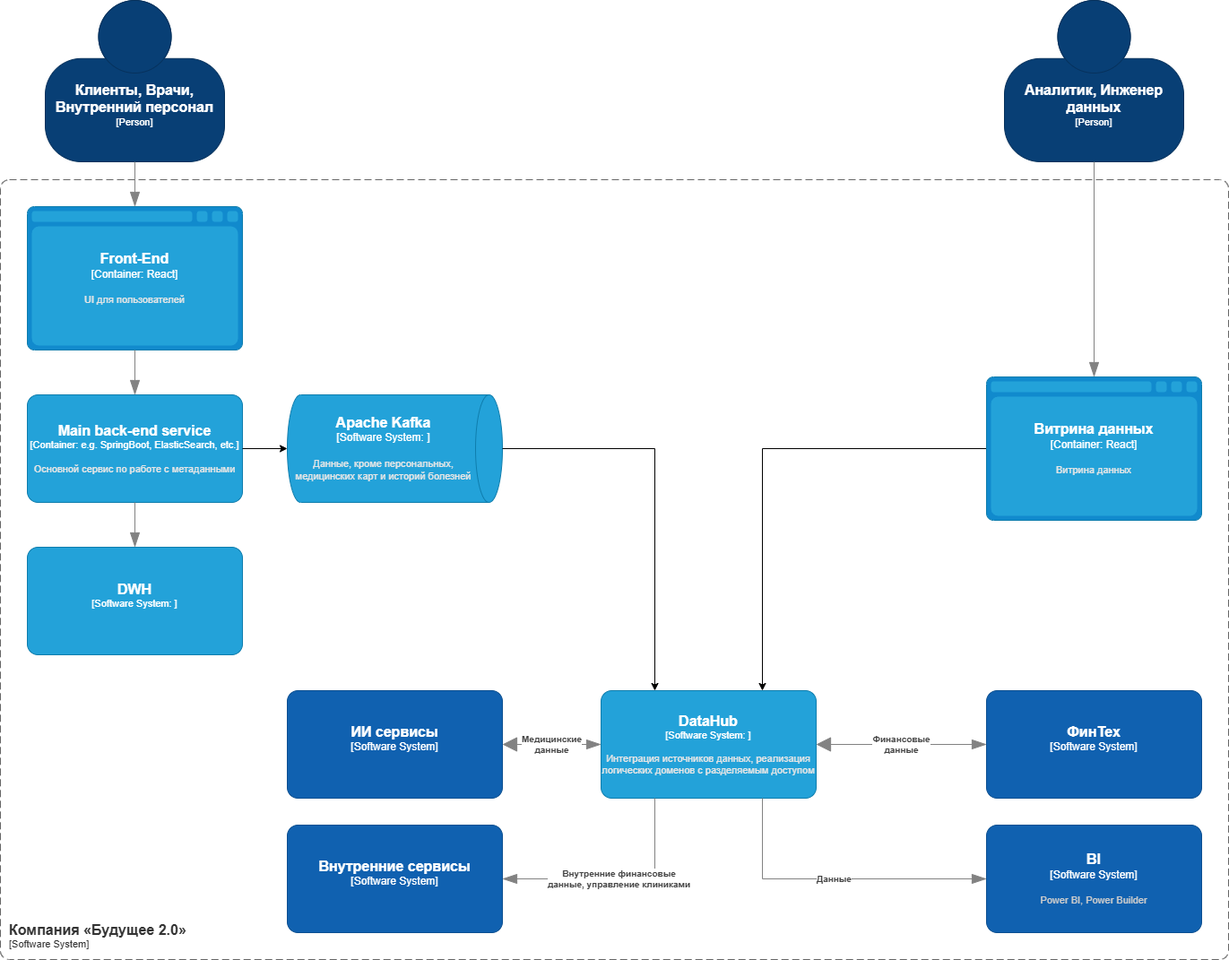
Earlier version of the draw.io export Task1/context_c4(2be).png (kandys-man/architecture-future_2_0). Source tidied: cells renumbered, new cells last; positions are measured from the earlier drawing's top-left corner, leaving out a move shared by most shapes. The source it was exported from:
```xml
<mxGraphModel>
  <root>
    <mxCell id="0" />
    <mxCell id="1" parent="0" />
    <object id="2" label="&lt;font style=&quot;font-size: 16px&quot;&gt;&lt;b&gt;&lt;div style=&quot;text-align: left&quot;&gt;%c4Name%&lt;/div&gt;&lt;/b&gt;&lt;/font&gt;&lt;div style=&quot;text-align: left&quot;&gt;[%c4Application%]&lt;/div&gt;" c4Application="Software System" c4Name="Компания «Будущее 2.0»" c4Type="" placeholders="1">
      <mxCell style="rounded=1;fontSize=11;whiteSpace=wrap;html=1;dashed=1;arcSize=20;fillColor=none;strokeColor=#666666;fontColor=#333333;labelBackgroundColor=none;align=left;verticalAlign=bottom;labelBorderColor=none;spacingTop=0;spacing=10;dashPattern=8 4;perimeter=rectanglePerimeter;noLabel=0;labelPadding=0;absoluteArcSize=1;" parent="1" vertex="1">
        <mxGeometry y="200" width="1370" height="870" as="geometry" />
      </mxCell>
    </object>
    <object id="3" label="&lt;font style=&quot;font-size: 16px&quot;&gt;&lt;b&gt;%c4Name%&lt;/b&gt;&lt;/font&gt;&lt;div&gt;[%c4Type%: %c4Technology%]&lt;/div&gt;&lt;br&gt;&lt;div&gt;&lt;font style=&quot;font-size: 11px&quot;&gt;&lt;font color=&quot;#E6E6E6&quot;&gt;%c4Description%&lt;/font&gt;&lt;/div&gt;" c4Description="Основной сервис по работе с метаданными" c4Name="Main back-end service" c4Technology="e.g. SpringBoot, ElasticSearch, etc." c4Type="Container" placeholders="1">
      <mxCell style="rounded=1;whiteSpace=wrap;html=1;fontSize=11;labelBackgroundColor=none;fillColor=#23A2D9;fontColor=#ffffff;align=center;arcSize=10;strokeColor=#0E7DAD;points=[[0.25,0,0],[0.5,0,0],[0.75,0,0],[1,0.25,0],[1,0.5,0],[1,0.75,0],[0.75,1,0],[0.5,1,0],[0.25,1,0],[0,0.75,0],[0,0.5,0],[0,0.25,0]];" parent="1" vertex="1">
        <mxGeometry x="30" y="440" width="240" height="120" as="geometry" />
      </mxCell>
    </object>
    <object id="4" label="" c4Type="Relationship" placeholders="1">
      <mxCell style="endArrow=blockThin;html=1;fontSize=10;fontColor=#404040;strokeWidth=1;endFill=1;strokeColor=#828282;elbow=vertical;endSize=14;startSize=14;jumpStyle=arc;jumpSize=16;rounded=0;edgeStyle=orthogonalEdgeStyle;exitX=0.5;exitY=1;exitDx=0;exitDy=0;exitPerimeter=0;entryX=0.5;entryY=0;entryDx=0;entryDy=0;entryPerimeter=0;" parent="1" edge="1" source="3" target="10">
        <mxGeometry relative="1" as="geometry" />
      </mxCell>
    </object>
    <object id="5" label="&lt;font style=&quot;font-size: 16px&quot;&gt;&lt;b&gt;%c4Name%&lt;/b&gt;&lt;/font&gt;&lt;div&gt;[%c4Type%:&amp;nbsp;%c4Technology%]&lt;/div&gt;&lt;br&gt;&lt;div&gt;&lt;font style=&quot;font-size: 11px&quot;&gt;&lt;font color=&quot;#E6E6E6&quot;&gt;%c4Description%&lt;/font&gt;&lt;/div&gt;" c4Description="UI для пользователей" c4Name="Front-End" c4Technology="React" c4Type="Container" placeholders="1">
      <mxCell style="shape=mxgraph.c4.webBrowserContainer2;whiteSpace=wrap;html=1;boundedLbl=1;rounded=0;labelBackgroundColor=none;strokeColor=#118ACD;fillColor=#23A2D9;strokeColor=#118ACD;strokeColor2=#0E7DAD;fontSize=12;fontColor=#ffffff;align=center;points=[[0.5,0,0],[1,0.25,0],[1,0.5,0],[1,0.75,0],[0.5,1,0],[0,0.75,0],[0,0.5,0],[0,0.25,0]];" parent="1" vertex="1">
        <mxGeometry x="30" y="230" width="240" height="160" as="geometry" />
      </mxCell>
    </object>
    <object id="6" label="" c4Type="Relationship" placeholders="1">
      <mxCell style="endArrow=blockThin;html=1;fontSize=10;fontColor=#404040;strokeWidth=1;endFill=1;strokeColor=#828282;elbow=vertical;endSize=14;startSize=14;jumpStyle=arc;jumpSize=16;rounded=0;edgeStyle=orthogonalEdgeStyle;exitX=0.5;exitY=1;exitDx=0;exitDy=0;exitPerimeter=0;entryX=0.5;entryY=0;entryDx=0;entryDy=0;entryPerimeter=0;" parent="1" edge="1" source="5" target="3">
        <mxGeometry relative="1" as="geometry" />
      </mxCell>
    </object>
    <object id="7" label="&lt;font style=&quot;font-size: 16px&quot;&gt;&lt;b&gt;%c4Name%&lt;/b&gt;&lt;/font&gt;&lt;div&gt;[%c4Type%]&lt;/div&gt;&lt;br&gt;&lt;div&gt;&lt;font style=&quot;font-size: 11px&quot;&gt;&lt;font color=&quot;#cccccc&quot;&gt;%c4Description%&lt;/font&gt;&lt;/div&gt;" c4Description="" c4Name="Клиенты, Врачи, Внутренний персонал" c4Type="Person" placeholders="1">
      <mxCell style="html=1;fontSize=11;dashed=0;whiteSpace=wrap;fillColor=#083F75;strokeColor=#06315C;fontColor=#ffffff;shape=mxgraph.c4.person2;align=center;points=[[0.5,0,0],[1,0.5,0],[1,0.75,0],[0.75,1,0],[0.5,1,0],[0.25,1,0],[0,0.75,0],[0,0.5,0]];" parent="1" vertex="1">
        <mxGeometry x="50" width="200" height="180" as="geometry" />
      </mxCell>
    </object>
    <object id="8" label="" c4Type="Relationship" placeholders="1">
      <mxCell style="endArrow=blockThin;html=1;fontSize=10;fontColor=#404040;strokeWidth=1;endFill=1;strokeColor=#828282;elbow=vertical;endSize=14;startSize=14;jumpStyle=arc;jumpSize=16;rounded=0;edgeStyle=orthogonalEdgeStyle;exitX=0.5;exitY=1;exitDx=0;exitDy=0;exitPerimeter=0;entryX=0.5;entryY=0;entryDx=0;entryDy=0;entryPerimeter=0;" parent="1" edge="1" source="7" target="5">
        <mxGeometry relative="1" as="geometry" />
      </mxCell>
    </object>
    <object id="9" label="&lt;font style=&quot;font-size: 16px&quot;&gt;&lt;b&gt;%c4Name%&lt;/b&gt;&lt;/font&gt;&lt;div&gt;[%c4Type%:&amp;nbsp;%c4Technology%]&lt;/div&gt;&lt;br&gt;&lt;div&gt;&lt;font style=&quot;font-size: 11px&quot;&gt;&lt;font color=&quot;#E6E6E6&quot;&gt;%c4Description%&lt;/font&gt;&lt;/div&gt;" c4Description="Данные, кроме персональных, медицинских карт и историй болезней" c4Name="Apache Kafka" c4Technology="" c4Type="Software System" placeholders="1">
      <mxCell style="shape=cylinder3;size=15;direction=south;whiteSpace=wrap;html=1;boundedLbl=1;rounded=0;labelBackgroundColor=none;fillColor=#23A2D9;fontSize=12;fontColor=#ffffff;align=center;strokeColor=#0E7DAD;points=[[0.5,0,0],[1,0.25,0],[1,0.5,0],[1,0.75,0],[0.5,1,0],[0,0.75,0],[0,0.5,0],[0,0.25,0]];" parent="1" vertex="1">
        <mxGeometry x="320" y="440" width="240" height="120" as="geometry" />
      </mxCell>
    </object>
    <object id="10" label="&lt;font style=&quot;font-size: 16px&quot;&gt;&lt;b&gt;%c4Name%&lt;/b&gt;&lt;/font&gt;&lt;div&gt;[%c4Type%: %c4Technology%]&lt;/div&gt;&lt;br&gt;&lt;div&gt;&lt;font style=&quot;font-size: 11px&quot;&gt;&lt;font color=&quot;#E6E6E6&quot;&gt;%c4Description%&lt;/font&gt;&lt;/div&gt;" c4Description="" c4Name="DWH" c4Technology="" c4Type="Software System" placeholders="1">
      <mxCell style="rounded=1;whiteSpace=wrap;html=1;fontSize=11;labelBackgroundColor=none;fillColor=#23A2D9;fontColor=#ffffff;align=center;arcSize=10;strokeColor=#0E7DAD;points=[[0.25,0,0],[0.5,0,0],[0.75,0,0],[1,0.25,0],[1,0.5,0],[1,0.75,0],[0.75,1,0],[0.5,1,0],[0.25,1,0],[0,0.75,0],[0,0.5,0],[0,0.25,0]];" parent="1" vertex="1">
        <mxGeometry x="30" y="610" width="240" height="120" as="geometry" />
      </mxCell>
    </object>
    <mxCell id="11" style="edgeStyle=orthogonalEdgeStyle;rounded=0;jettySize=auto;html=1;entryX=0.5;entryY=1;entryDx=0;entryDy=0;entryPerimeter=0;" parent="1" edge="1" source="3" target="9">
      <mxGeometry relative="1" as="geometry" />
    </mxCell>
    <object id="12" label="&lt;font style=&quot;font-size: 16px&quot;&gt;&lt;b&gt;%c4Name%&lt;/b&gt;&lt;/font&gt;&lt;div&gt;[%c4Type%]&lt;/div&gt;&lt;br&gt;&lt;div&gt;&lt;font style=&quot;font-size: 11px&quot;&gt;&lt;font color=&quot;#cccccc&quot;&gt;%c4Description%&lt;/font&gt;&lt;/div&gt;" c4Description="" c4Name="Аналитик, Инженер данных" c4Type="Person" placeholders="1">
      <mxCell style="html=1;fontSize=11;dashed=0;whiteSpace=wrap;fillColor=#083F75;strokeColor=#06315C;fontColor=#ffffff;shape=mxgraph.c4.person2;align=center;points=[[0.5,0,0],[1,0.5,0],[1,0.75,0],[0.75,1,0],[0.5,1,0],[0.25,1,0],[0,0.75,0],[0,0.5,0]];" parent="1" vertex="1">
        <mxGeometry x="1120" width="200" height="180" as="geometry" />
      </mxCell>
    </object>
    <mxCell id="13" style="edgeStyle=orthogonalEdgeStyle;rounded=0;jettySize=auto;html=1;entryX=0.75;entryY=0;entryDx=0;entryDy=0;entryPerimeter=0;" parent="1" edge="1" source="14" target="17">
      <mxGeometry relative="1" as="geometry" />
    </mxCell>
    <object id="14" label="&lt;font style=&quot;font-size: 16px&quot;&gt;&lt;b&gt;%c4Name%&lt;/b&gt;&lt;/font&gt;&lt;div&gt;[%c4Type%:&amp;nbsp;%c4Technology%]&lt;/div&gt;&lt;br&gt;&lt;div&gt;&lt;font style=&quot;font-size: 11px&quot;&gt;&lt;font color=&quot;#E6E6E6&quot;&gt;%c4Description%&lt;/font&gt;&lt;/div&gt;" c4Description="Витрина данных" c4Name="Витрина данных" c4Technology="React" c4Type="Container" placeholders="1">
      <mxCell style="shape=mxgraph.c4.webBrowserContainer2;whiteSpace=wrap;html=1;boundedLbl=1;rounded=0;labelBackgroundColor=none;strokeColor=#118ACD;fillColor=#23A2D9;strokeColor=#118ACD;strokeColor2=#0E7DAD;fontSize=12;fontColor=#ffffff;align=center;points=[[0.5,0,0],[1,0.25,0],[1,0.5,0],[1,0.75,0],[0.5,1,0],[0,0.75,0],[0,0.5,0],[0,0.25,0]];" parent="1" vertex="1">
        <mxGeometry x="1100" y="420" width="240" height="160" as="geometry" />
      </mxCell>
    </object>
    <mxCell id="15" style="edgeStyle=orthogonalEdgeStyle;rounded=0;jettySize=auto;html=1;entryX=0.25;entryY=0;entryDx=0;entryDy=0;entryPerimeter=0;" parent="1" edge="1" source="9" target="17">
      <mxGeometry relative="1" as="geometry" />
    </mxCell>
    <object id="16" label="&lt;font style=&quot;font-size: 16px&quot;&gt;&lt;b&gt;%c4Name%&lt;/b&gt;&lt;/font&gt;&lt;div&gt;[%c4Type%]&lt;/div&gt;&lt;br&gt;&lt;div&gt;&lt;font style=&quot;font-size: 11px&quot;&gt;&lt;font color=&quot;#cccccc&quot;&gt;%c4Description%&lt;/font&gt;&lt;/div&gt;" c4Description="" c4Name="ФинТех" c4Type="Software System" placeholders="1">
      <mxCell style="rounded=1;whiteSpace=wrap;html=1;labelBackgroundColor=none;fillColor=#1061B0;fontColor=#ffffff;align=center;arcSize=10;strokeColor=#0D5091;points=[[0.25,0,0],[0.5,0,0],[0.75,0,0],[1,0.25,0],[1,0.5,0],[1,0.75,0],[0.75,1,0],[0.5,1,0],[0.25,1,0],[0,0.75,0],[0,0.5,0],[0,0.25,0]];" parent="1" vertex="1">
        <mxGeometry x="1100" y="770" width="240" height="120" as="geometry" />
      </mxCell>
    </object>
    <object id="17" label="&lt;font style=&quot;font-size: 16px&quot;&gt;&lt;b&gt;%c4Name%&lt;/b&gt;&lt;/font&gt;&lt;div&gt;[%c4Type%: %c4Technology%]&lt;/div&gt;&lt;br&gt;&lt;div&gt;&lt;font style=&quot;font-size: 11px&quot;&gt;&lt;font color=&quot;#E6E6E6&quot;&gt;%c4Description%&lt;/font&gt;&lt;/div&gt;" c4Description="Интеграция источников данных, реализация логических доменов с разделяемым доступом" c4Name="DataHub" c4Technology="" c4Type="Software System" placeholders="1">
      <mxCell style="rounded=1;whiteSpace=wrap;html=1;fontSize=11;labelBackgroundColor=none;fillColor=#23A2D9;fontColor=#ffffff;align=center;arcSize=10;strokeColor=#0E7DAD;points=[[0.25,0,0],[0.5,0,0],[0.75,0,0],[1,0.25,0],[1,0.5,0],[1,0.75,0],[0.75,1,0],[0.5,1,0],[0.25,1,0],[0,0.75,0],[0,0.5,0],[0,0.25,0]];" parent="1" vertex="1">
        <mxGeometry x="670" y="770" width="240" height="120" as="geometry" />
      </mxCell>
    </object>
    <object id="18" label="&lt;font style=&quot;font-size: 16px&quot;&gt;&lt;b&gt;%c4Name%&lt;/b&gt;&lt;/font&gt;&lt;div&gt;[%c4Type%]&lt;/div&gt;&lt;br&gt;&lt;div&gt;&lt;font style=&quot;font-size: 11px&quot;&gt;&lt;font color=&quot;#cccccc&quot;&gt;%c4Description%&lt;/font&gt;&lt;/div&gt;" c4Description="" c4Name="Внутренние сервисы" c4Type="Software System" placeholders="1">
      <mxCell style="rounded=1;whiteSpace=wrap;html=1;labelBackgroundColor=none;fillColor=#1061B0;fontColor=#ffffff;align=center;arcSize=10;strokeColor=#0D5091;points=[[0.25,0,0],[0.5,0,0],[0.75,0,0],[1,0.25,0],[1,0.5,0],[1,0.75,0],[0.75,1,0],[0.5,1,0],[0.25,1,0],[0,0.75,0],[0,0.5,0],[0,0.25,0]];" parent="1" vertex="1">
        <mxGeometry x="320" y="920" width="240" height="120" as="geometry" />
      </mxCell>
    </object>
    <object id="19" label="&lt;font style=&quot;font-size: 16px&quot;&gt;&lt;b&gt;%c4Name%&lt;/b&gt;&lt;/font&gt;&lt;div&gt;[%c4Type%]&lt;/div&gt;&lt;br&gt;&lt;div&gt;&lt;font style=&quot;font-size: 11px&quot;&gt;&lt;font color=&quot;#cccccc&quot;&gt;%c4Description%&lt;/font&gt;&lt;/div&gt;" c4Description="" c4Name="ИИ сервисы" c4Type="Software System" placeholders="1">
      <mxCell style="rounded=1;whiteSpace=wrap;html=1;labelBackgroundColor=none;fillColor=#1061B0;fontColor=#ffffff;align=center;arcSize=10;strokeColor=#0D5091;points=[[0.25,0,0],[0.5,0,0],[0.75,0,0],[1,0.25,0],[1,0.5,0],[1,0.75,0],[0.75,1,0],[0.5,1,0],[0.25,1,0],[0,0.75,0],[0,0.5,0],[0,0.25,0]];" parent="1" vertex="1">
        <mxGeometry x="320" y="770" width="240" height="120" as="geometry" />
      </mxCell>
    </object>
    <object id="20" label="&lt;font style=&quot;font-size: 16px&quot;&gt;&lt;b&gt;%c4Name%&lt;/b&gt;&lt;/font&gt;&lt;div&gt;[%c4Type%]&lt;/div&gt;&lt;br&gt;&lt;div&gt;&lt;font style=&quot;font-size: 11px&quot;&gt;&lt;font color=&quot;#cccccc&quot;&gt;%c4Description%&lt;/font&gt;&lt;/div&gt;" c4Description="Power BI, Power Builder" c4Name="BI" c4Type="Software System" placeholders="1">
      <mxCell style="rounded=1;whiteSpace=wrap;html=1;labelBackgroundColor=none;fillColor=#1061B0;fontColor=#ffffff;align=center;arcSize=10;strokeColor=#0D5091;points=[[0.25,0,0],[0.5,0,0],[0.75,0,0],[1,0.25,0],[1,0.5,0],[1,0.75,0],[0.75,1,0],[0.5,1,0],[0.25,1,0],[0,0.75,0],[0,0.5,0],[0,0.25,0]];" parent="1" vertex="1">
        <mxGeometry x="1100" y="920" width="240" height="120" as="geometry" />
      </mxCell>
    </object>
    <object id="21" label="&lt;div style=&quot;text-align: left&quot;&gt;&lt;div style=&quot;text-align: center&quot;&gt;&lt;b&gt;%c4Description%&lt;/b&gt;&lt;/div&gt;" c4Description="Медицинские&#10;данные" c4Type="Relationship" placeholders="1">
      <mxCell style="endArrow=blockThin;html=1;fontSize=10;fontColor=#404040;strokeWidth=1;endFill=1;strokeColor=#828282;elbow=vertical;endSize=14;startSize=14;jumpStyle=arc;jumpSize=16;rounded=0;edgeStyle=orthogonalEdgeStyle;exitX=1;exitY=0.5;exitDx=0;exitDy=0;exitPerimeter=0;startArrow=block;startFill=1;entryX=0;entryY=0.5;entryDx=0;entryDy=0;entryPerimeter=0;" parent="1" edge="1" source="19" target="17">
        <mxGeometry relative="1" as="geometry" />
      </mxCell>
    </object>
    <object id="22" label="&lt;div style=&quot;text-align: left&quot;&gt;&lt;div style=&quot;text-align: center&quot;&gt;&lt;b&gt;%c4Description%&lt;/b&gt;&lt;/div&gt;" c4Description="Финансовые &#10;данные" c4Type="Relationship" placeholders="1">
      <mxCell style="endArrow=blockThin;html=1;fontSize=10;fontColor=#404040;strokeWidth=1;endFill=1;strokeColor=#828282;elbow=vertical;endSize=14;startSize=14;jumpStyle=arc;jumpSize=16;rounded=0;edgeStyle=orthogonalEdgeStyle;exitX=1;exitY=0.5;exitDx=0;exitDy=0;exitPerimeter=0;startArrow=block;startFill=1;entryX=0;entryY=0.5;entryDx=0;entryDy=0;entryPerimeter=0;" parent="1" edge="1" source="17" target="16">
        <mxGeometry relative="1" as="geometry" />
      </mxCell>
    </object>
    <object id="23" label="&lt;div style=&quot;text-align: left&quot;&gt;&lt;div style=&quot;text-align: center&quot;&gt;&lt;b&gt;%c4Description%&lt;/b&gt;&lt;/div&gt;" c4Description="Внутренние финансовые&#10;данные, управление клиниками" c4Type="Relationship" placeholders="1">
      <mxCell style="endArrow=blockThin;html=1;fontSize=10;fontColor=#404040;strokeWidth=1;endFill=1;strokeColor=#828282;elbow=vertical;endSize=14;startSize=14;jumpStyle=arc;jumpSize=16;rounded=0;edgeStyle=orthogonalEdgeStyle;exitX=0.25;exitY=1;exitDx=0;exitDy=0;exitPerimeter=0;entryX=1;entryY=0.5;entryDx=0;entryDy=0;entryPerimeter=0;" parent="1" edge="1" source="17" target="18">
        <mxGeometry relative="1" as="geometry" />
      </mxCell>
    </object>
    <object id="24" label="&lt;div style=&quot;text-align: left&quot;&gt;&lt;div style=&quot;text-align: center&quot;&gt;&lt;b&gt;%c4Description%&lt;/b&gt;&lt;/div&gt;" c4Description="Данные" c4Type="Relationship" placeholders="1">
      <mxCell style="endArrow=blockThin;html=1;fontSize=10;fontColor=#404040;strokeWidth=1;endFill=1;strokeColor=#828282;elbow=vertical;endSize=14;startSize=14;jumpStyle=arc;jumpSize=16;rounded=0;edgeStyle=orthogonalEdgeStyle;exitX=0.75;exitY=1;exitDx=0;exitDy=0;exitPerimeter=0;entryX=0;entryY=0.5;entryDx=0;entryDy=0;entryPerimeter=0;" parent="1" edge="1" source="17" target="20">
        <mxGeometry relative="1" as="geometry" />
      </mxCell>
    </object>
    <object id="25" label="" c4Type="Relationship" placeholders="1">
      <mxCell style="endArrow=blockThin;html=1;fontSize=10;fontColor=#404040;strokeWidth=1;endFill=1;strokeColor=#828282;elbow=vertical;endSize=14;startSize=14;jumpStyle=arc;jumpSize=16;rounded=0;edgeStyle=orthogonalEdgeStyle;exitX=0.5;exitY=1;exitDx=0;exitDy=0;exitPerimeter=0;entryX=0.5;entryY=0;entryDx=0;entryDy=0;entryPerimeter=0;" parent="1" edge="1" source="12" target="14">
        <mxGeometry relative="1" as="geometry" />
      </mxCell>
    </object>
  </root>
</mxGraphModel>
```
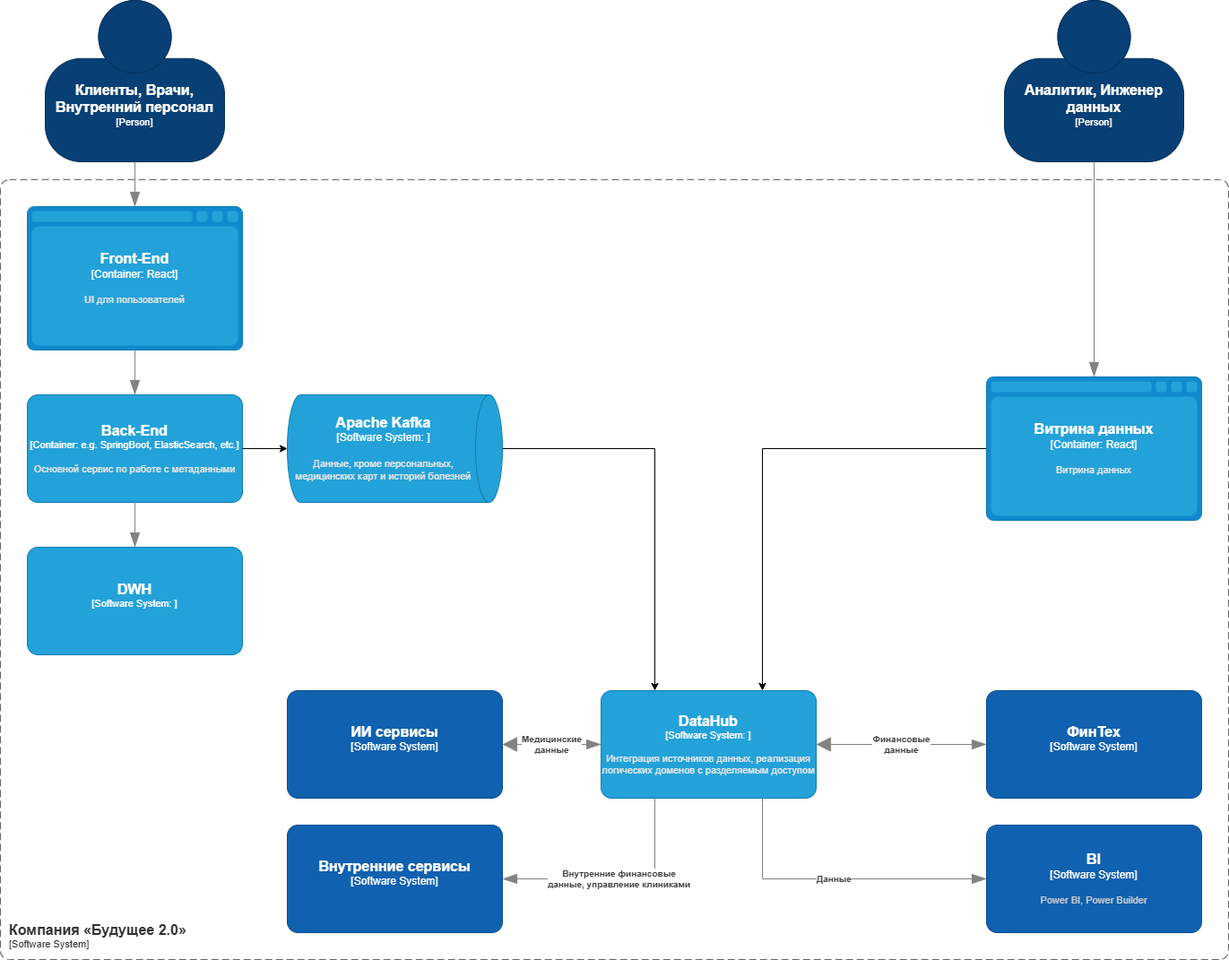
Later version of the same file.

Change to the diagram source:
```diff
@@ -7,7 +7,7 @@
         <mxGeometry y="200" width="1370" height="870" as="geometry" />
       </mxCell>
     </object>
-    <object id="3" label="&lt;font style=&quot;font-size: 16px&quot;&gt;&lt;b&gt;%c4Name%&lt;/b&gt;&lt;/font&gt;&lt;div&gt;[%c4Type%: %c4Technology%]&lt;/div&gt;&lt;br&gt;&lt;div&gt;&lt;font style=&quot;font-size: 11px&quot;&gt;&lt;font color=&quot;#E6E6E6&quot;&gt;%c4Description%&lt;/font&gt;&lt;/div&gt;" c4Description="Основной сервис по работе с метаданными" c4Name="Main back-end service" c4Technology="e.g. SpringBoot, ElasticSearch, etc." c4Type="Container" placeholders="1">
+    <object id="3" label="&lt;font style=&quot;font-size: 16px&quot;&gt;&lt;b&gt;%c4Name%&lt;/b&gt;&lt;/font&gt;&lt;div&gt;[%c4Type%: %c4Technology%]&lt;/div&gt;&lt;br&gt;&lt;div&gt;&lt;font style=&quot;font-size: 11px&quot;&gt;&lt;font color=&quot;#E6E6E6&quot;&gt;%c4Description%&lt;/font&gt;&lt;/div&gt;" c4Description="Основной сервис по работе с метаданными" c4Name="Back-End" c4Technology="e.g. SpringBoot, ElasticSearch, etc." c4Type="Container" placeholders="1">
       <mxCell style="rounded=1;whiteSpace=wrap;html=1;fontSize=11;labelBackgroundColor=none;fillColor=#23A2D9;fontColor=#ffffff;align=center;arcSize=10;strokeColor=#0E7DAD;points=[[0.25,0,0],[0.5,0,0],[0.75,0,0],[1,0.25,0],[1,0.5,0],[1,0.75,0],[0.75,1,0],[0.5,1,0],[0.25,1,0],[0,0.75,0],[0,0.5,0],[0,0.25,0]];" parent="1" vertex="1">
         <mxGeometry x="30" y="440" width="240" height="120" as="geometry" />
       </mxCell>
```
